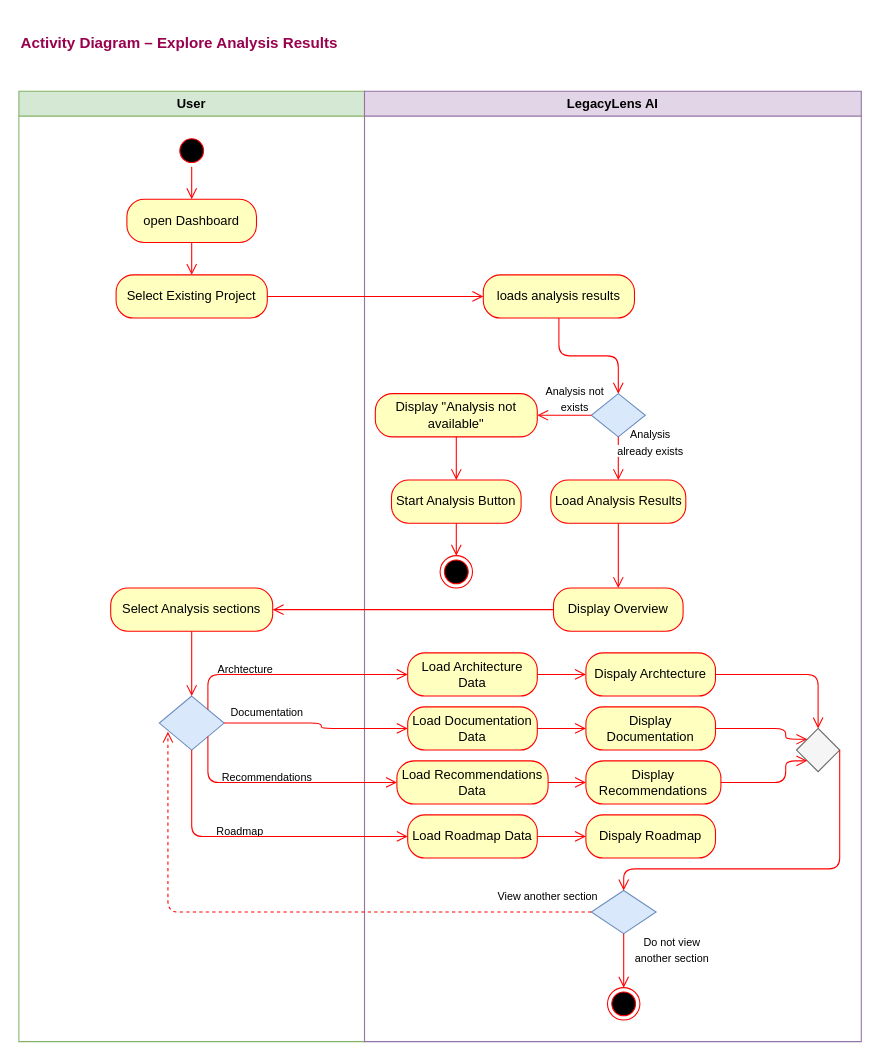
The draw.io diagram diagrams/Activity/ActivityDiagram_02/Explore_Analysis_Results.drawio in salima-bar/LegacyLensAI, before the edit. Source tidied: cells renumbered, new cells numbered last; positions are measured from the earlier drawing's top-left corner, leaving out a move shared by most shapes. Both pictures are drawn from the tidied source at 108%, with x=0, y=0 at pixel (18, 26).
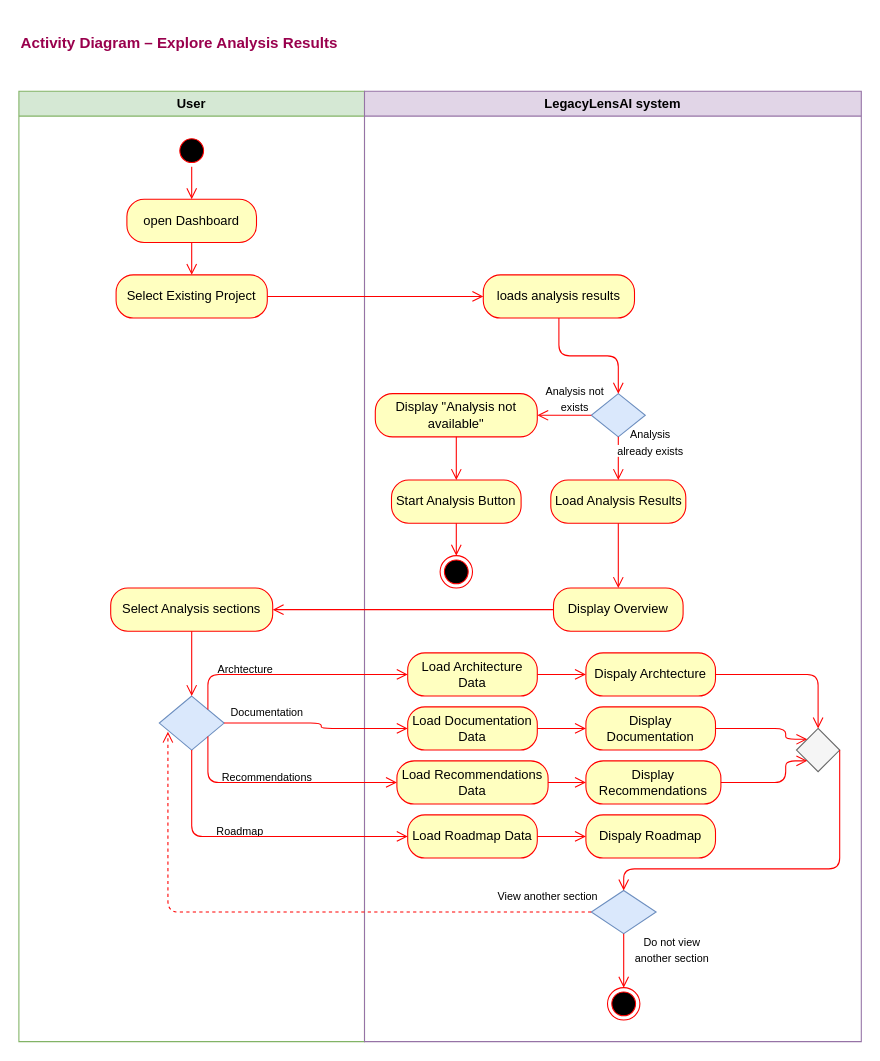
Above is the later version.

Diff of the diagram source:
```diff
@@
-    <mxCell id="15" value="LegacyLens AI" style="swimlane;whiteSpace=wrap;html=1;fillColor=#e1d5e7;strokeColor=#9673a6;" parent="1" vertex="1">
+    <mxCell id="15" value="LegacyLens&lt;span style=&quot;background-color: transparent;&quot;&gt;&lt;font style=&quot;color: rgb(0, 0, 0);&quot;&gt;AI system&lt;/font&gt;&lt;/span&gt;" style="swimlane;whiteSpace=wrap;html=1;fillColor=#e1d5e7;strokeColor=#9673a6;" parent="1" vertex="1">
       <mxGeometry x="320" y="60" width="460" height="880" as="geometry" />
     </mxCell>
```
